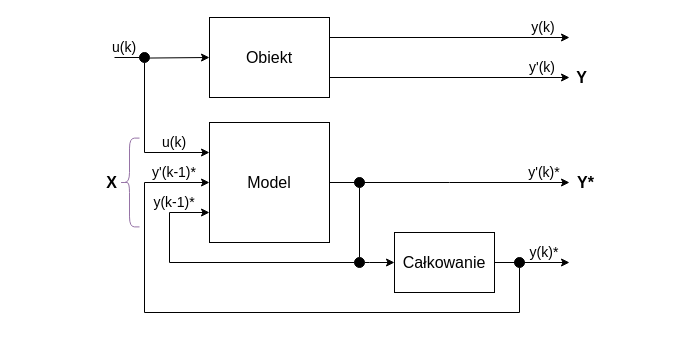
This is page "Strona-3" (3 of 3) of Obrazki/Schemat_projektu_ML.drawio from grzesiex22/Dynamic-System-Identification-and-Regulation-, a draw.io file, before an edit. Source tidied: cells renumbered, new cells numbered last; positions are measured from the earlier drawing's top-left corner, leaving out a move shared by most shapes. Both pictures are drawn from the tidied source at 100%, with x=0, y=0 at pixel (94, 17).
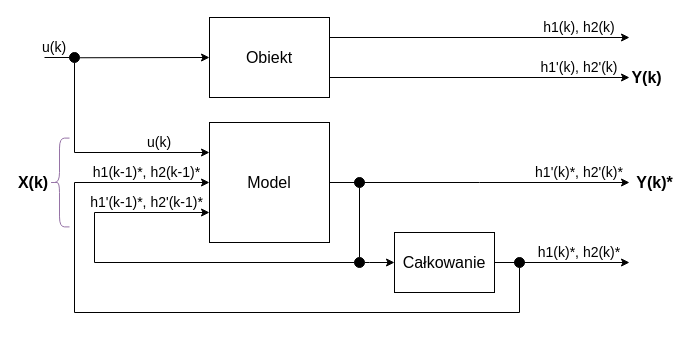
The same page after the edit.

Unchanged cells that the change refers to:
```xml
<mxCell id="2" value="Obiekt" style="rounded=0;whiteSpace=wrap;html=1;fontSize=16;" parent="1" vertex="1">
  <mxGeometry x="115" width="120" height="80" as="geometry" />
</mxCell>
<mxCell id="4" value="Model" style="rounded=0;whiteSpace=wrap;html=1;fontSize=16;" parent="1" vertex="1">
  <mxGeometry x="115" y="105" width="120" height="120" as="geometry" />
</mxCell>
<mxCell id="20" value="Całkowanie" style="rounded=0;whiteSpace=wrap;html=1;fontSize=16;" parent="1" vertex="1">
  <mxGeometry x="300" y="215" width="100" height="60" as="geometry" />
</mxCell>
<mxCell id="22" style="ellipse;whiteSpace=wrap;html=1;fillStyle=solid;fillColor=#000000;" parent="1" vertex="1">
  <mxGeometry x="260" y="240" width="10" height="10" as="geometry" />
</mxCell>
<mxCell id="24" style="ellipse;whiteSpace=wrap;html=1;fillStyle=solid;fillColor=#000000;" parent="1" vertex="1">
  <mxGeometry x="420" y="240" width="10" height="10" as="geometry" />
</mxCell>
```

What changed in the source:
```diff
@@
     <mxCell id="3" style="edgeStyle=orthogonalEdgeStyle;rounded=0;jettySize=auto;html=1;" parent="1" edge="1" source="4">
       <mxGeometry relative="1" as="geometry">
-        <mxPoint x="475" y="165" as="targetPoint" />
+        <mxPoint x="535" y="165" as="targetPoint" />
       </mxGeometry>
     </mxCell>
@@
     <mxCell id="6" style="endArrow=classic;html=1;rounded=0;exitX=1;exitY=0.25;exitDx=0;exitDy=0;startArrow=none;" parent="1" edge="1" source="2">
       <mxGeometry relative="1" as="geometry">
-        <mxPoint x="475" y="20" as="targetPoint" />
+        <mxPoint x="535" y="20" as="targetPoint" />
       </mxGeometry>
     </mxCell>
     <mxCell id="7" value="u(k)" style="text;html=1;strokeColor=none;fillColor=none;align=center;verticalAlign=middle;whiteSpace=wrap;rounded=0;fillStyle=solid;fontSize=14;" parent="1" vertex="1">
-      <mxGeometry y="20" width="60" height="20" as="geometry" />
+      <mxGeometry x="-70" y="20" width="60" height="20" as="geometry" />
     </mxCell>
-    <mxCell id="8" value="y(k)" style="text;html=1;strokeColor=none;fillColor=none;align=center;verticalAlign=middle;whiteSpace=wrap;rounded=0;fillStyle=solid;fontSize=14;" parent="1" vertex="1">
-      <mxGeometry x="419" width="60" height="20" as="geometry" />
-    </mxCell>
     <mxCell id="9" style="edgeStyle=orthogonalEdgeStyle;rounded=0;jettySize=auto;html=1;entryX=0;entryY=0.25;entryDx=0;entryDy=0;" parent="1" edge="1" source="10" target="4">
       <mxGeometry relative="1" as="geometry">
         <Array as="points">
-          <mxPoint x="50" y="135" />
+          <mxPoint x="-20" y="135" />
         </Array>
       </mxGeometry>
     </mxCell>
     <mxCell id="10" style="ellipse;whiteSpace=wrap;html=1;fillStyle=solid;fillColor=#000000;" parent="1" vertex="1">
-      <mxGeometry x="45" y="35" width="10" height="10" as="geometry" />
+      <mxGeometry x="-25" y="35" width="10" height="10" as="geometry" />
     </mxCell>
     <mxCell id="11" style="endArrow=none;html=1;rounded=0;entryX=0;entryY=0.5;entryDx=0;entryDy=0;" parent="1" edge="1" target="10">
       <mxGeometry relative="1" as="geometry">
-        <mxPoint x="20" y="40" as="sourcePoint" />
+        <mxPoint x="-50" y="40" as="sourcePoint" />
       </mxGeometry>
     </mxCell>
     <mxCell id="12" style="edgeStyle=orthogonalEdgeStyle;rounded=0;jettySize=auto;html=1;entryX=0;entryY=0.75;entryDx=0;entryDy=0;exitX=0;exitY=0.5;exitDx=0;exitDy=0;startArrow=none;" parent="1" edge="1" source="22" target="4">
       <mxGeometry relative="1" as="geometry">
         <Array as="points">
-          <mxPoint x="75" y="245" />
-          <mxPoint x="75" y="195" />
+          <mxPoint y="245" />
+          <mxPoint y="195" />
         </Array>
       </mxGeometry>
     </mxCell>
     <mxCell id="13" style="endArrow=classic;html=1;rounded=0;startArrow=none;exitX=1;exitY=0.75;exitDx=0;exitDy=0;" parent="1" edge="1" source="2">
       <mxGeometry relative="1" as="geometry">
-        <mxPoint x="475" y="60" as="targetPoint" />
+        <mxPoint x="535" y="60" as="targetPoint" />
       </mxGeometry>
     </mxCell>
     <mxCell id="14" style="edgeStyle=orthogonalEdgeStyle;rounded=0;jettySize=auto;html=1;entryX=0;entryY=0.5;entryDx=0;entryDy=0;exitX=0.5;exitY=1;exitDx=0;exitDy=0;startArrow=none;" parent="1" edge="1" source="24" target="4">
       <mxGeometry relative="1" as="geometry">
         <Array as="points">
           <mxPoint x="425" y="295" />
-          <mxPoint x="50" y="295" />
-          <mxPoint x="50" y="165" />
+          <mxPoint x="-20" y="295" />
+          <mxPoint x="-20" y="165" />
         </Array>
       </mxGeometry>
     </mxCell>
-    <mxCell id="15" value="y(k-1)*" style="text;html=1;strokeColor=none;fillColor=none;align=center;verticalAlign=middle;whiteSpace=wrap;rounded=0;fillStyle=solid;fontSize=14;" parent="1" vertex="1">
-      <mxGeometry x="50" y="175" width="60" height="20" as="geometry" />
-    </mxCell>
-    <mxCell id="16" value="y'(k-1)*" style="text;html=1;strokeColor=none;fillColor=none;align=center;verticalAlign=middle;whiteSpace=wrap;rounded=0;fillStyle=solid;fontSize=14;" parent="1" vertex="1">
-      <mxGeometry x="50" y="145" width="60" height="20" as="geometry" />
-    </mxCell>
-    <mxCell id="17" value="y'(k)" style="text;html=1;strokeColor=none;fillColor=none;align=center;verticalAlign=middle;whiteSpace=wrap;rounded=0;fillStyle=solid;fontSize=14;" parent="1" vertex="1">
-      <mxGeometry x="418" y="40" width="60" height="20" as="geometry" />
-    </mxCell>
-    <mxCell id="18" value="y'(k)*" style="text;html=1;strokeColor=none;fillColor=none;align=center;verticalAlign=middle;whiteSpace=wrap;rounded=0;fillStyle=solid;fontSize=14;" parent="1" vertex="1">
-      <mxGeometry x="420" y="145" width="60" height="20" as="geometry" />
-    </mxCell>
@@
     <mxCell id="25" style="endArrow=classic;html=1;rounded=0;exitX=1;exitY=0.5;exitDx=0;exitDy=0;" parent="1" edge="1" source="20">
       <mxGeometry relative="1" as="geometry">
-        <mxPoint x="475" y="245" as="targetPoint" />
+        <mxPoint x="535" y="245" as="targetPoint" />
       </mxGeometry>
     </mxCell>
-    <mxCell id="26" value="y(k)*" style="text;html=1;strokeColor=none;fillColor=none;align=center;verticalAlign=middle;whiteSpace=wrap;rounded=0;fillStyle=solid;fontSize=14;" parent="1" vertex="1">
-      <mxGeometry x="420" y="225" width="60" height="20" as="geometry" />
-    </mxCell>
     <mxCell id="27" value="u(k)" style="text;html=1;strokeColor=none;fillColor=none;align=center;verticalAlign=middle;whiteSpace=wrap;rounded=0;fillStyle=solid;fontSize=14;" parent="1" vertex="1">
-      <mxGeometry x="50" y="115" width="60" height="20" as="geometry" />
+      <mxGeometry x="35" y="115" width="60" height="20" as="geometry" />
     </mxCell>
-    <mxCell id="28" value="&lt;b style=&quot;font-size: 16px;&quot;&gt;&lt;font style=&quot;font-size: 16px;&quot;&gt;X&lt;/font&gt;&lt;/b&gt;" style="text;html=1;strokeColor=none;fillColor=none;align=center;verticalAlign=middle;whiteSpace=wrap;rounded=0;fillStyle=solid;fontSize=16;" parent="1" vertex="1">
-      <mxGeometry x="5" y="155" width="25" height="20" as="geometry" />
+    <mxCell id="28" value="&lt;b style=&quot;font-size: 16px;&quot;&gt;&lt;font style=&quot;font-size: 16px;&quot;&gt;X(k)&lt;/font&gt;&lt;/b&gt;" style="text;html=1;strokeColor=none;fillColor=none;align=center;verticalAlign=middle;whiteSpace=wrap;rounded=0;fillStyle=solid;fontSize=16;" parent="1" vertex="1">
+      <mxGeometry x="-77" y="155" width="32" height="20" as="geometry" />
     </mxCell>
     <mxCell id="29" style="shape=curlyBracket;whiteSpace=wrap;html=1;rounded=1;fontSize=16;fillColor=#e1d5e7;strokeColor=#9673a6;" parent="1" vertex="1">
-      <mxGeometry x="25" y="120.6" width="20" height="88.8" as="geometry" />
+      <mxGeometry x="-45" y="120.6" width="20" height="88.8" as="geometry" />
     </mxCell>
-    <mxCell id="30" value="&lt;b style=&quot;font-size: 16px;&quot;&gt;&lt;font style=&quot;font-size: 16px;&quot;&gt;Y*&lt;/font&gt;&lt;/b&gt;" style="text;html=1;strokeColor=none;fillColor=none;align=center;verticalAlign=middle;whiteSpace=wrap;rounded=0;fillStyle=solid;fontSize=16;" parent="1" vertex="1">
-      <mxGeometry x="479" y="155" width="25" height="20" as="geometry" />
+    <mxCell id="30" value="&lt;b style=&quot;font-size: 16px;&quot;&gt;&lt;font style=&quot;font-size: 16px;&quot;&gt;Y(k)*&lt;/font&gt;&lt;/b&gt;" style="text;html=1;strokeColor=none;fillColor=none;align=center;verticalAlign=middle;whiteSpace=wrap;rounded=0;fillStyle=solid;fontSize=16;" parent="1" vertex="1">
+      <mxGeometry x="535" y="155" width="51" height="20" as="geometry" />
     </mxCell>
-    <mxCell id="31" value="&lt;b style=&quot;font-size: 16px;&quot;&gt;&lt;font style=&quot;font-size: 16px;&quot;&gt;Y&lt;/font&gt;&lt;/b&gt;" style="text;html=1;strokeColor=none;fillColor=none;align=center;verticalAlign=middle;whiteSpace=wrap;rounded=0;fillStyle=solid;fontSize=16;" parent="1" vertex="1">
-      <mxGeometry x="475" y="50" width="25" height="20" as="geometry" />
+    <mxCell id="31" value="&lt;b style=&quot;font-size: 16px;&quot;&gt;&lt;font style=&quot;font-size: 16px;&quot;&gt;Y(k)&lt;/font&gt;&lt;/b&gt;" style="text;html=1;strokeColor=none;fillColor=none;align=center;verticalAlign=middle;whiteSpace=wrap;rounded=0;fillStyle=solid;fontSize=16;" parent="1" vertex="1">
+      <mxGeometry x="535" y="50" width="35" height="20" as="geometry" />
     </mxCell>
+    <mxCell id="32" value="h1(k-1)*, h2(k-1)*" style="text;html=1;strokeColor=none;fillColor=none;align=center;verticalAlign=middle;whiteSpace=wrap;rounded=0;fillStyle=solid;fontSize=14;" parent="1" vertex="1">
+      <mxGeometry x="-10" y="145" width="125" height="20" as="geometry" />
+    </mxCell>
+    <mxCell id="33" value="h1'(k-1)*, h2'(k-1)*" style="text;html=1;strokeColor=none;fillColor=none;align=center;verticalAlign=middle;whiteSpace=wrap;rounded=0;fillStyle=solid;fontSize=14;" parent="1" vertex="1">
+      <mxGeometry x="-10" y="175" width="125" height="20" as="geometry" />
+    </mxCell>
+    <mxCell id="34" value="h1(k)*, h2(k)*" style="text;html=1;strokeColor=none;fillColor=none;align=center;verticalAlign=middle;whiteSpace=wrap;rounded=0;fillStyle=solid;fontSize=14;" parent="1" vertex="1">
+      <mxGeometry x="435" y="225" width="100" height="20" as="geometry" />
+    </mxCell>
+    <mxCell id="35" value="h1'(k)*, h2'(k)*" style="text;html=1;strokeColor=none;fillColor=none;align=center;verticalAlign=middle;whiteSpace=wrap;rounded=0;fillStyle=solid;fontSize=14;" parent="1" vertex="1">
+      <mxGeometry x="435" y="145" width="100" height="20" as="geometry" />
+    </mxCell>
+    <mxCell id="36" value="h1(k), h2(k)" style="text;html=1;strokeColor=none;fillColor=none;align=center;verticalAlign=middle;whiteSpace=wrap;rounded=0;fillStyle=solid;fontSize=14;" parent="1" vertex="1">
+      <mxGeometry x="435" width="100" height="20" as="geometry" />
+    </mxCell>
+    <mxCell id="37" value="h1'(k), h2'(k)" style="text;html=1;strokeColor=none;fillColor=none;align=center;verticalAlign=middle;whiteSpace=wrap;rounded=0;fillStyle=solid;fontSize=14;" parent="1" vertex="1">
+      <mxGeometry x="435" y="40" width="100" height="20" as="geometry" />
+    </mxCell>
```
